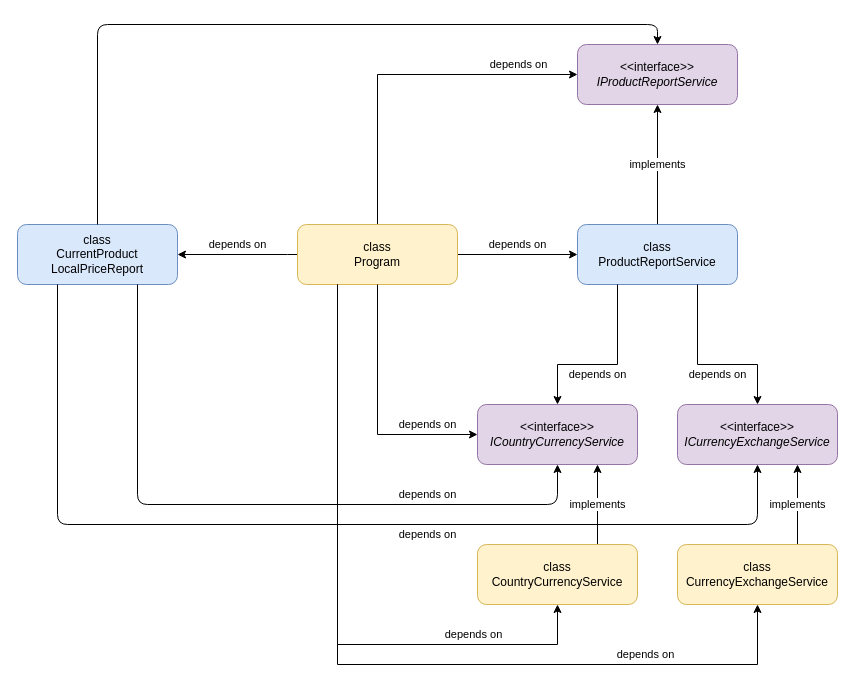
epam-dotnet-lab/northwind-apps keeps this draw.io diagram as page "CurrentProductLocalPriceReport" (7 of 7) of module03/module03.drawio. Above is the earlier version. Source tidied: cells renumbered, new cells numbered last; positions are measured from the earlier drawing's top-left corner, leaving out a move shared by most shapes. Both pictures are drawn from the tidied source at 100%, with x=0, y=0 at pixel (17, 24).
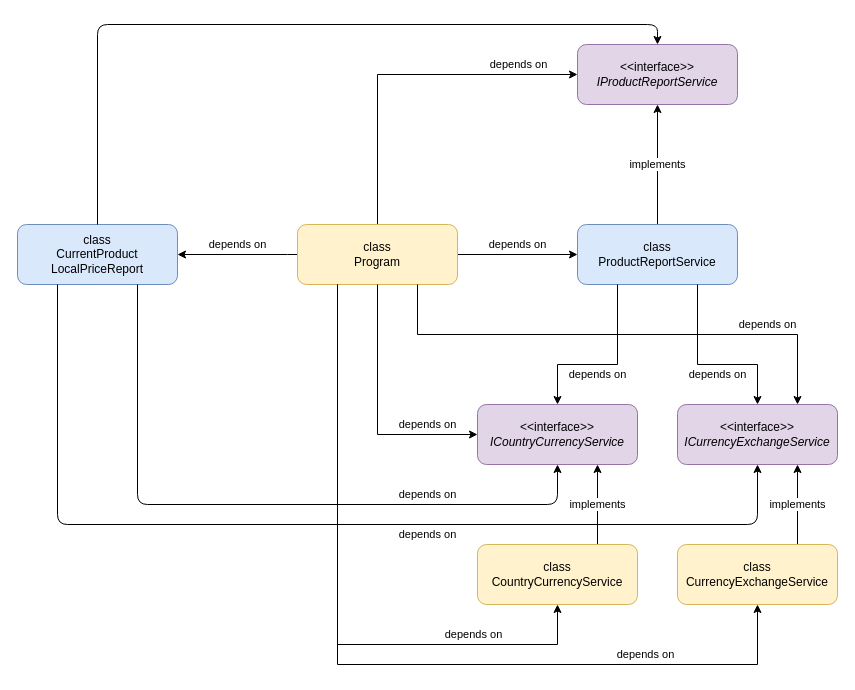
The same diagram, later.

Unchanged cells that the change refers to:
```xml
<mxCell id="5" value="class&lt;br&gt;Program" style="rounded=1;whiteSpace=wrap;html=1;fillColor=#fff2cc;strokeColor=#d6b656;" parent="1" vertex="1">
  <mxGeometry x="280" y="200" width="160" height="60" as="geometry" />
</mxCell>
<mxCell id="6" value="&amp;lt;&amp;lt;interface&amp;gt;&amp;gt;&lt;br&gt;&lt;i&gt;ICurrencyExchangeService&lt;/i&gt;" style="rounded=1;whiteSpace=wrap;html=1;fillColor=#e1d5e7;strokeColor=#9673a6;" parent="1" vertex="1">
  <mxGeometry x="660" y="380" width="160" height="60" as="geometry" />
</mxCell>
```

Diff of the diagram source:
```diff
@@
+    <mxCell id="24" value="depends on" style="edgeStyle=orthogonalEdgeStyle;rounded=0;jettySize=auto;html=1;exitX=0.75;exitY=1;exitDx=0;exitDy=0;entryX=0.75;entryY=0;entryDx=0;entryDy=0;" parent="1" edge="1" source="5" target="6">
+      <mxGeometry x="0.6" y="10" relative="1" as="geometry">
+        <Array as="points">
+          <mxPoint x="400" y="310" />
+          <mxPoint x="780" y="310" />
+        </Array>
+      </mxGeometry>
+    </mxCell>
```
